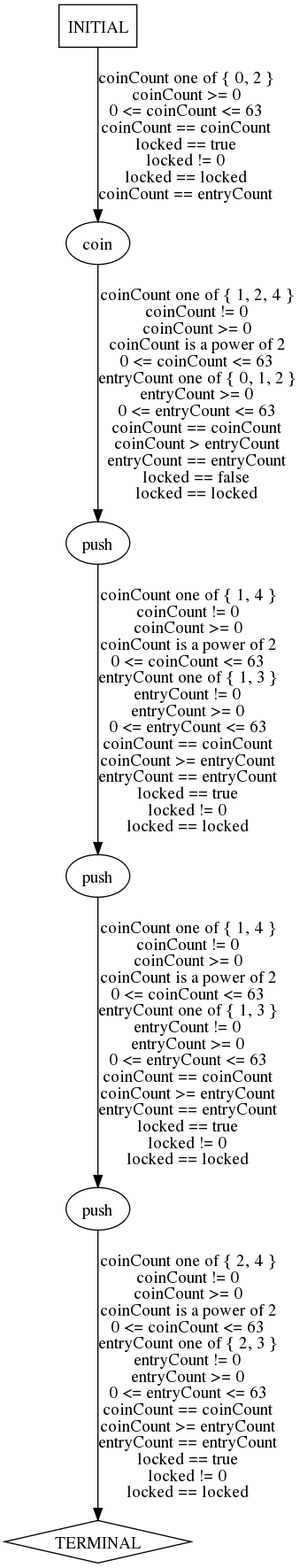
Before: traces/abstract/turnstile-example/predicted-paths/turnstile-example-test2.dot.png, a diagram exported from Graphviz (ModelInference/synoptic). Its source is kept beside it as traces/abstract/turnstile-example/predicted-paths/turnstile-example-test2.dot.
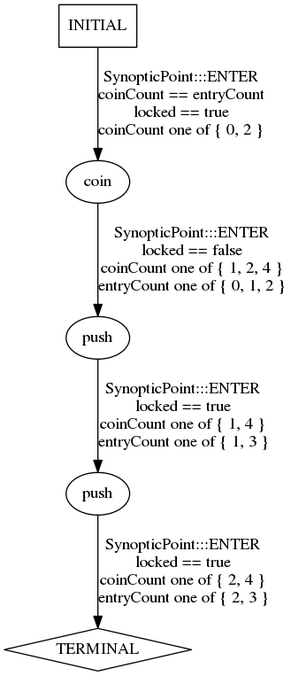
The same file after the commit.

The edit, as a diff of the source:
```diff
@@ -2,12 +2,10 @@
   0 [label="coin"];
   1 [label="push"];
   2 [label="push"];
-  3 [label="push"];
-  4 [label="TERMINAL",shape=diamond];
-  5 [label="INITIAL",shape=box];
-0->1 [label="coinCount one of { 1, 2, 4 }\ncoinCount != 0\ncoinCount >= 0\ncoinCount is a power of 2\n0 <= coinCount <= 63\nentryCount one of { 0, 1, 2 }\nentryCount >= 0\n0 <= entryCount <= 63\ncoinCount == coinCount\ncoinCount > entryCount\nentryCount == entryCount\nlocked == false\nlocked == locked",];
-1->2 [label="coinCount one of { 1, 4 }\ncoinCount != 0\ncoinCount >= 0\ncoinCount is a power of 2\n0 <= coinCount <= 63\nentryCount one of { 1, 3 }\nentryCount != 0\nentryCount >= 0\n0 <= entryCount <= 63\ncoinCount == coinCount\ncoinCount >= entryCount\nentryCount == entryCount\nlocked == true\nlocked != 0\nlocked == locked",];
-2->3 [label="coinCount one of { 1, 4 }\ncoinCount != 0\ncoinCount >= 0\ncoinCount is a power of 2\n0 <= coinCount <= 63\nentryCount one of { 1, 3 }\nentryCount != 0\nentryCount >= 0\n0 <= entryCount <= 63\ncoinCount == coinCount\ncoinCount >= entryCount\nentryCount == entryCount\nlocked == true\nlocked != 0\nlocked == locked",];
-3->4 [label="coinCount one of { 2, 4 }\ncoinCount != 0\ncoinCount >= 0\ncoinCount is a power of 2\n0 <= coinCount <= 63\nentryCount one of { 2, 3 }\nentryCount != 0\nentryCount >= 0\n0 <= entryCount <= 63\ncoinCount == coinCount\ncoinCount >= entryCount\nentryCount == entryCount\nlocked == true\nlocked != 0\nlocked == locked",];
-5->0 [label="coinCount one of { 0, 2 }\ncoinCount >= 0\n0 <= coinCount <= 63\ncoinCount == coinCount\nlocked == true\nlocked != 0\nlocked == locked\ncoinCount == entryCount",];
+  3 [label="TERMINAL",shape=diamond];
+  4 [label="INITIAL",shape=box];
+0->1 [label="SynopticPoint:::ENTER\nlocked == false\ncoinCount one of { 1, 2, 4 }\nentryCount one of { 0, 1, 2 }\n",];
+1->2 [label="SynopticPoint:::ENTER\nlocked == true\ncoinCount one of { 1, 4 }\nentryCount one of { 1, 3 }\n",];
+2->3 [label="SynopticPoint:::ENTER\nlocked == true\ncoinCount one of { 2, 4 }\nentryCount one of { 2, 3 }\n",];
+4->0 [label="SynopticPoint:::ENTER\ncoinCount == entryCount\nlocked == true\ncoinCount one of { 0, 2 }\n",];
 } // digraph {
```
